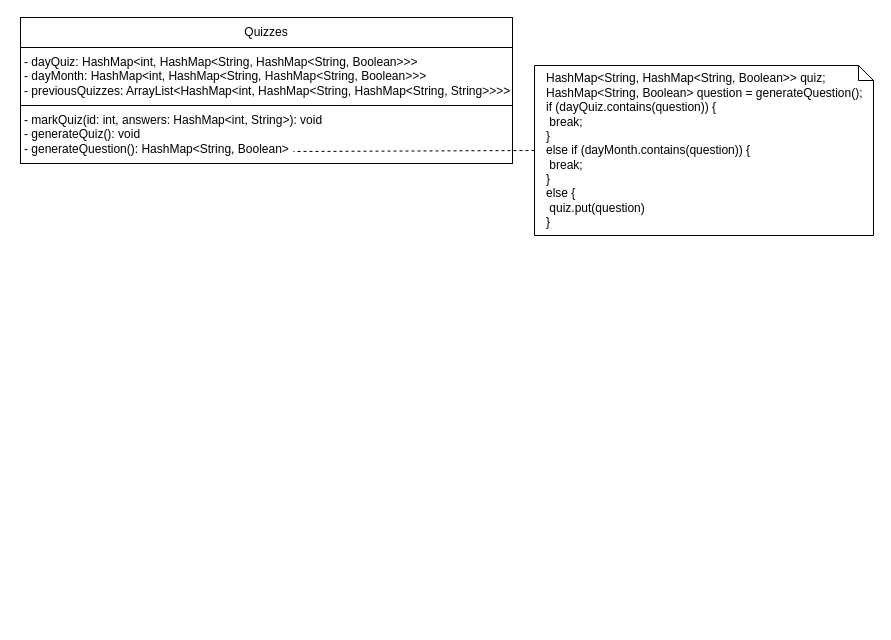
The draw.io diagram Strategy_Design_Pattern.drawio in ahammond3aws/DC2SEN, before the edit. Source tidied: cells renumbered, new cells numbered last; positions are measured from the earlier drawing's top-left corner, leaving out a move shared by most shapes. Both pictures are drawn from the tidied source at 100%, with x=0, y=0 at pixel (20, 17).
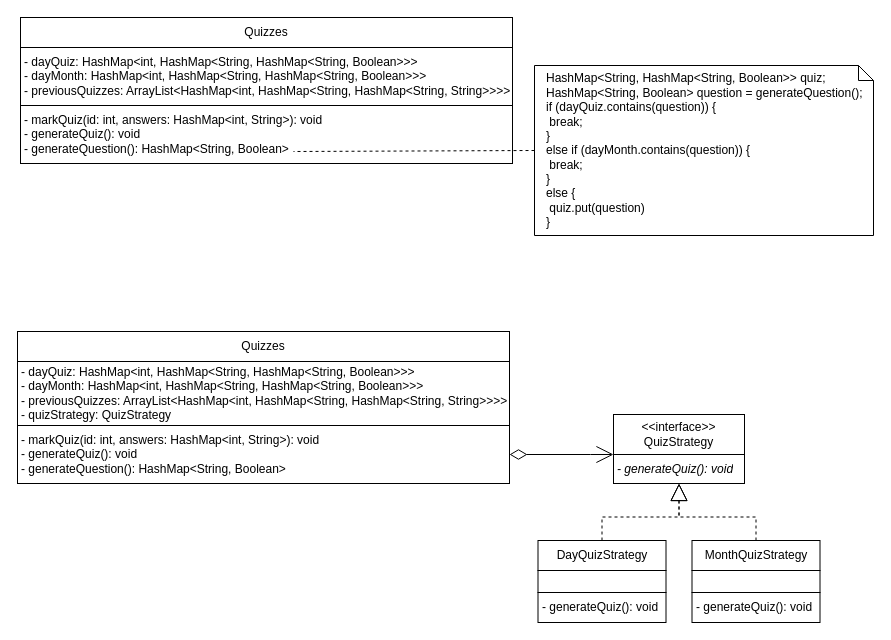
After the change.

The edit, as a diff of the source:
```diff
@@
+    <mxCell id="7" value="Quizzes" style="rounded=0;whiteSpace=wrap;html=1;" parent="1" vertex="1">
+      <mxGeometry x="-3" y="314" width="492" height="30" as="geometry" />
+    </mxCell>
+    <mxCell id="8" value="- dayQuiz: HashMap&amp;lt;int, HashMap&amp;lt;String, HashMap&amp;lt;String, Boolean&amp;gt;&amp;gt;&amp;gt;&lt;br&gt;- dayMonth: HashMap&amp;lt;int, HashMap&amp;lt;String, HashMap&amp;lt;String, Boolean&amp;gt;&amp;gt;&amp;gt;&lt;br&gt;- previousQuizzes: ArrayList&amp;lt;HashMap&amp;lt;int, HashMap&amp;lt;String, HashMap&amp;lt;String, String&amp;gt;&amp;gt;&amp;gt;&amp;gt;&lt;br&gt;- quizStrategy: QuizStrategy" style="rounded=0;whiteSpace=wrap;html=1;align=left;spacingLeft=2;" parent="1" vertex="1">
+      <mxGeometry x="-3" y="344" width="492" height="64" as="geometry" />
+    </mxCell>
+    <mxCell id="9" value="- markQuiz(id: int, answers: HashMap&amp;lt;int, String&amp;gt;): void&lt;br style=&quot;border-color: var(--border-color); background-color: rgb(255, 255, 255);&quot;&gt;&lt;span style=&quot;background-color: rgb(255, 255, 255);&quot;&gt;- generateQuiz(): void&lt;/span&gt;&lt;br style=&quot;border-color: var(--border-color); background-color: rgb(255, 255, 255);&quot;&gt;&lt;span style=&quot;background-color: rgb(255, 255, 255);&quot;&gt;- generateQuestion(): HashMap&amp;lt;String, Boolean&amp;gt;&amp;nbsp;&lt;/span&gt;" style="rounded=0;whiteSpace=wrap;html=1;align=left;spacingLeft=2;" parent="1" vertex="1">
+      <mxGeometry x="-3" y="408" width="492" height="58" as="geometry" />
+    </mxCell>
+    <mxCell id="10" style="edgeStyle=orthogonalEdgeStyle;rounded=0;jettySize=auto;html=1;entryX=0.5;entryY=1;entryDx=0;entryDy=0;startArrow=none;startFill=0;endArrow=block;endFill=0;startSize=15;endSize=15;dashed=1;" parent="1" edge="1" source="11" target="15">
+      <mxGeometry relative="1" as="geometry" />
+    </mxCell>
+    <mxCell id="11" value="DayQuizStrategy" style="rounded=0;whiteSpace=wrap;html=1;" parent="1" vertex="1">
+      <mxGeometry x="517.5" y="523" width="128" height="30" as="geometry" />
+    </mxCell>
+    <mxCell id="12" value="- generateQuiz(): void&lt;span style=&quot;border-color: var(--border-color); background-color: rgb(255, 255, 255);&quot;&gt;&amp;nbsp;&lt;/span&gt;" style="rounded=0;whiteSpace=wrap;html=1;align=left;spacingLeft=2;" parent="1" vertex="1">
+      <mxGeometry x="517.5" y="575" width="128" height="30" as="geometry" />
+    </mxCell>
+    <mxCell id="13" value="&amp;lt;&amp;lt;interface&amp;gt;&amp;gt;&lt;br&gt;QuizStrategy" style="rounded=0;whiteSpace=wrap;html=1;" parent="1" vertex="1">
+      <mxGeometry x="593" y="397" width="131" height="40" as="geometry" />
+    </mxCell>
+    <mxCell id="14" style="edgeStyle=orthogonalEdgeStyle;rounded=0;jettySize=auto;html=1;exitX=0;exitY=0;exitDx=0;exitDy=0;entryX=1;entryY=0.5;entryDx=0;entryDy=0;endArrow=diamondThin;endFill=0;startArrow=open;startFill=0;endSize=15;startSize=15;" parent="1" edge="1" source="15" target="9">
+      <mxGeometry relative="1" as="geometry">
+        <Array as="points">
+          <mxPoint x="570" y="437" />
+          <mxPoint x="570" y="437" />
+        </Array>
+      </mxGeometry>
+    </mxCell>
+    <mxCell id="15" value="&lt;i&gt;&lt;span style=&quot;background-color: rgb(255, 255, 255);&quot;&gt;- generateQuiz(): void&lt;/span&gt;&lt;span style=&quot;background-color: rgb(255, 255, 255);&quot;&gt;&amp;nbsp;&lt;/span&gt;&lt;/i&gt;" style="rounded=0;whiteSpace=wrap;html=1;align=left;spacingLeft=2;" parent="1" vertex="1">
+      <mxGeometry x="593" y="437" width="131" height="29" as="geometry" />
+    </mxCell>
+    <mxCell id="16" style="rounded=0;whiteSpace=wrap;html=1;align=left;spacingLeft=2;" parent="1" vertex="1">
+      <mxGeometry x="517.5" y="553" width="128" height="22" as="geometry" />
+    </mxCell>
+    <mxCell id="17" style="edgeStyle=orthogonalEdgeStyle;rounded=0;jettySize=auto;html=1;entryX=0.5;entryY=1;entryDx=0;entryDy=0;startArrow=none;startFill=0;endArrow=block;endFill=0;startSize=15;endSize=15;dashed=1;" parent="1" edge="1" source="18" target="15">
+      <mxGeometry relative="1" as="geometry" />
+    </mxCell>
+    <mxCell id="18" value="MonthQuizStrategy" style="rounded=0;whiteSpace=wrap;html=1;" parent="1" vertex="1">
+      <mxGeometry x="671.5" y="523" width="128" height="30" as="geometry" />
+    </mxCell>
+    <mxCell id="19" value="- generateQuiz(): void&lt;span style=&quot;border-color: var(--border-color); background-color: rgb(255, 255, 255);&quot;&gt;&amp;nbsp;&lt;/span&gt;" style="rounded=0;whiteSpace=wrap;html=1;align=left;spacingLeft=2;" parent="1" vertex="1">
+      <mxGeometry x="671.5" y="575" width="128" height="30" as="geometry" />
+    </mxCell>
+    <mxCell id="20" style="rounded=0;whiteSpace=wrap;html=1;align=left;spacingLeft=2;" parent="1" vertex="1">
+      <mxGeometry x="671.5" y="553" width="128" height="22" as="geometry" />
+    </mxCell>
```
